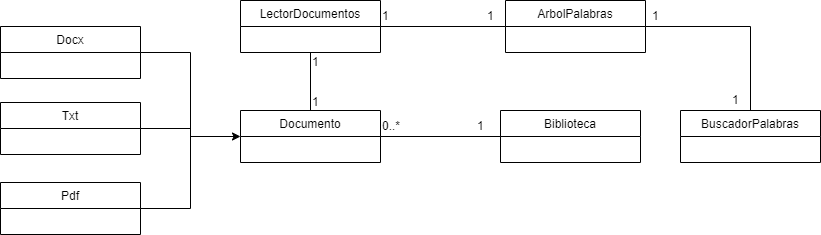
Before: Wiki/DominioModelo.png, a diagram exported from draw.io (AdrChacon/TextFinder). Source tidied: cells renumbered, new cells last; positions are measured from the earlier drawing's top-left corner, leaving out a move shared by most shapes.
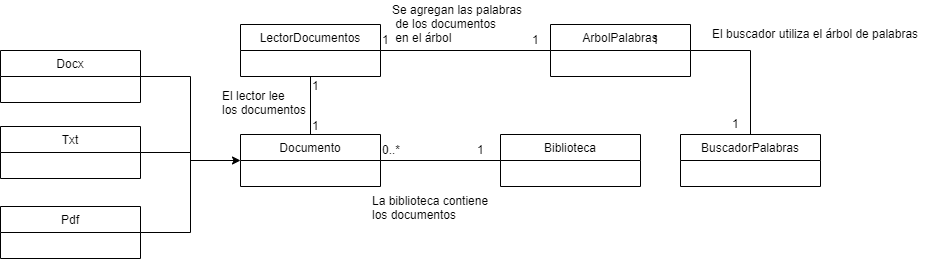
After the commit.

The edit, as a diff of the source:
```diff
@@ -27,7 +27,7 @@
       <mxGeometry x="500" y="110" width="140" height="52" as="geometry" />
     </mxCell>
     <mxCell id="10" value="ArbolPalabras" style="swimlane;fontStyle=0;horizontal=1;startSize=26;fillColor=none;" parent="1" vertex="1">
-      <mxGeometry x="505" width="140" height="52" as="geometry" />
+      <mxGeometry x="550" width="140" height="52" as="geometry" />
     </mxCell>
     <mxCell id="11" style="edgeStyle=orthogonalEdgeStyle;rounded=0;jettySize=auto;html=1;exitX=1;exitY=0.5;exitDx=0;exitDy=0;entryX=0;entryY=0.5;entryDx=0;entryDy=0;" parent="1" edge="1" source="12" target="4">
       <mxGeometry relative="1" as="geometry" />
@@ -64,7 +64,7 @@
       <mxGeometry x="310" y="92" width="20" height="20" as="geometry" />
     </mxCell>
     <mxCell id="21" value="1" style="text;html=1;align=left;verticalAlign=top;spacingTop=-4;" parent="1" vertex="1">
-      <mxGeometry x="485" y="6" width="20" height="20" as="geometry" />
+      <mxGeometry x="530" y="6" width="20" height="20" as="geometry" />
     </mxCell>
     <mxCell id="22" value="1" style="text;html=1;align=left;verticalAlign=top;spacingTop=-4;" parent="1" vertex="1">
       <mxGeometry x="650" y="6" width="20" height="20" as="geometry" />
@@ -75,5 +75,17 @@
     <mxCell id="24" value="1" style="text;html=1;align=left;verticalAlign=top;spacingTop=-4;" parent="1" vertex="1">
       <mxGeometry x="380" y="6" width="20" height="20" as="geometry" />
     </mxCell>
+    <mxCell id="25" value="El lector lee &lt;br&gt;los documentos" style="text;html=1;align=left;verticalAlign=top;spacingTop=-4;" parent="1" vertex="1">
+      <mxGeometry x="220" y="62" width="100" height="30" as="geometry" />
+    </mxCell>
+    <mxCell id="26" value="Se agregan las&amp;nbsp;palabras&lt;br&gt;&amp;nbsp;de&amp;nbsp;los documentos&lt;br&gt;&amp;nbsp;en el árbol" style="text;html=1;align=left;verticalAlign=top;spacingTop=-4;" parent="1" vertex="1">
+      <mxGeometry x="390" y="-24" width="150" height="40" as="geometry" />
+    </mxCell>
+    <mxCell id="27" value="La biblioteca contiene &lt;br&gt;los documentos" style="text;html=1;align=left;verticalAlign=top;spacingTop=-4;" parent="1" vertex="1">
+      <mxGeometry x="370" y="167" width="130" height="30" as="geometry" />
+    </mxCell>
+    <mxCell id="28" value="El buscador utiliza el árbol de palabras" style="text;html=1;align=left;verticalAlign=top;spacingTop=-4;" parent="1" vertex="1">
+      <mxGeometry x="710" width="220" height="20" as="geometry" />
+    </mxCell>
   </root>
 </mxGraphModel>
```
